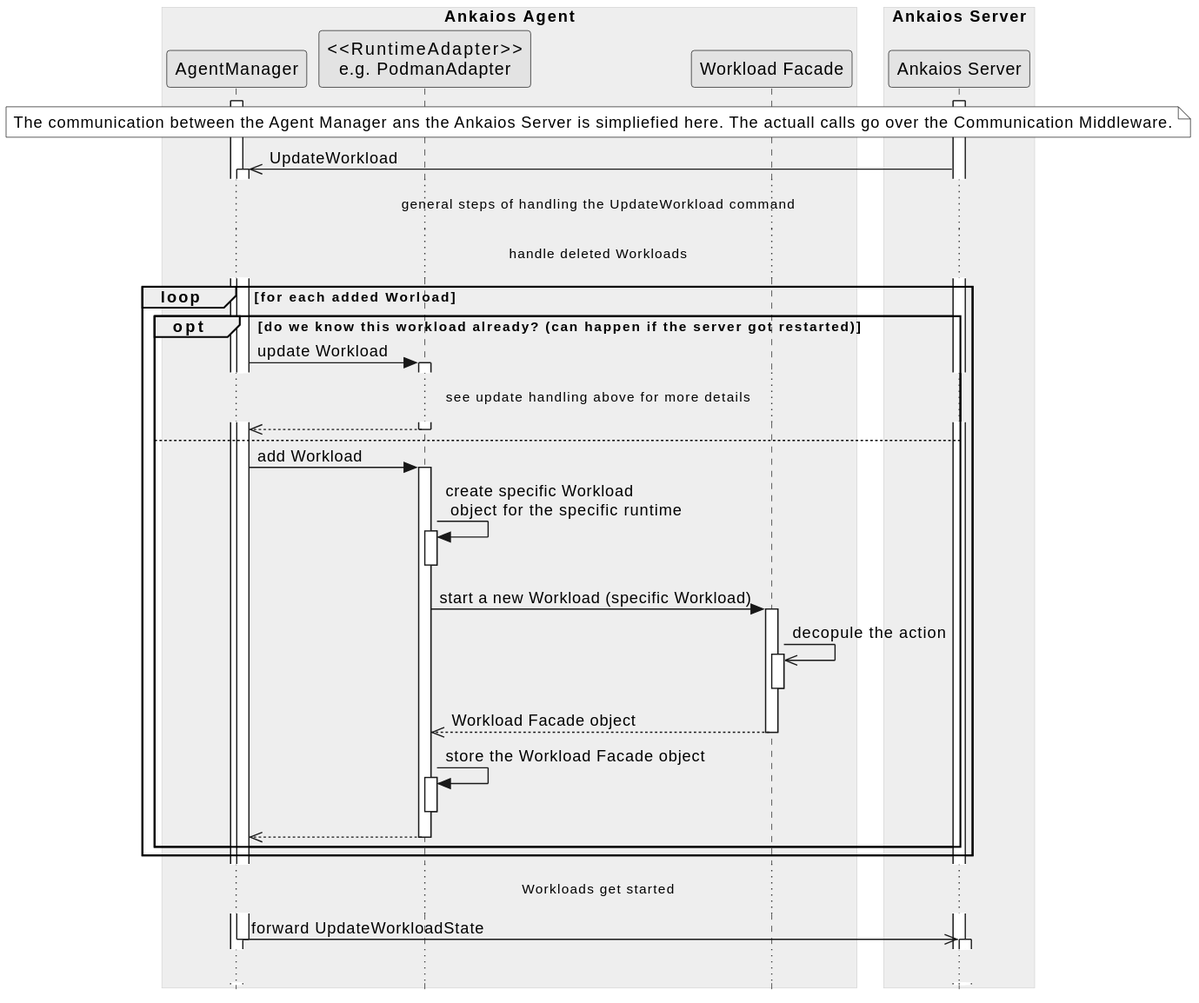
The PlantUML diagram agent/doc/swdesign/plantuml/seq_update_workload_subsequent_added.svg in eclipse-ankaios/ankaios, before a commit. Its diagram source:
```plantuml
@startuml seq_update_workload_subsequent_added
!include ../../../../resources/doc/plantuml/clean.skin

box "Ankaios Agent"
    participant "AgentManager" as manager

    participant "<<RuntimeAdapter>>\ne.g. PodmanAdapter" as runtime_adapter
    participant "Workload Facade" as wl_facade

end box

box "Ankaios Server"
    participant "Ankaios Server" as server
end box

activate manager
activate server

note over manager, server
The communication between the Agent Manager ans the Ankaios Server is simpliefied here. The actuall calls go over the Communication Middleware.
end note

manager <<- server ++: UpdateWorkload

... general steps of handling the UpdateWorkload command ...


... handle deleted Workloads ...

loop for each added Worload
    opt do we know this workload already? (can happen if the server got restarted)
    manager -> runtime_adapter ++: update Workload
... see update handling above for more details ...
    runtime_adapter -->> manager --
    else
        manager -> runtime_adapter ++: add Workload
        runtime_adapter -> runtime_adapter ++--: create specific Workload \n object for the specific runtime
        runtime_adapter -> wl_facade ++: start a new Workload (specific Workload)
        wl_facade ->> wl_facade ++--: decopule the action
        wl_facade -->> runtime_adapter --: Workload Facade object
        runtime_adapter -> runtime_adapter ++--: store the Workload Facade object
        runtime_adapter -->> manager --
    end
end


... Workloads get started ...

manager ->> server --++: forward UpdateWorkloadState

...

@enduml
```
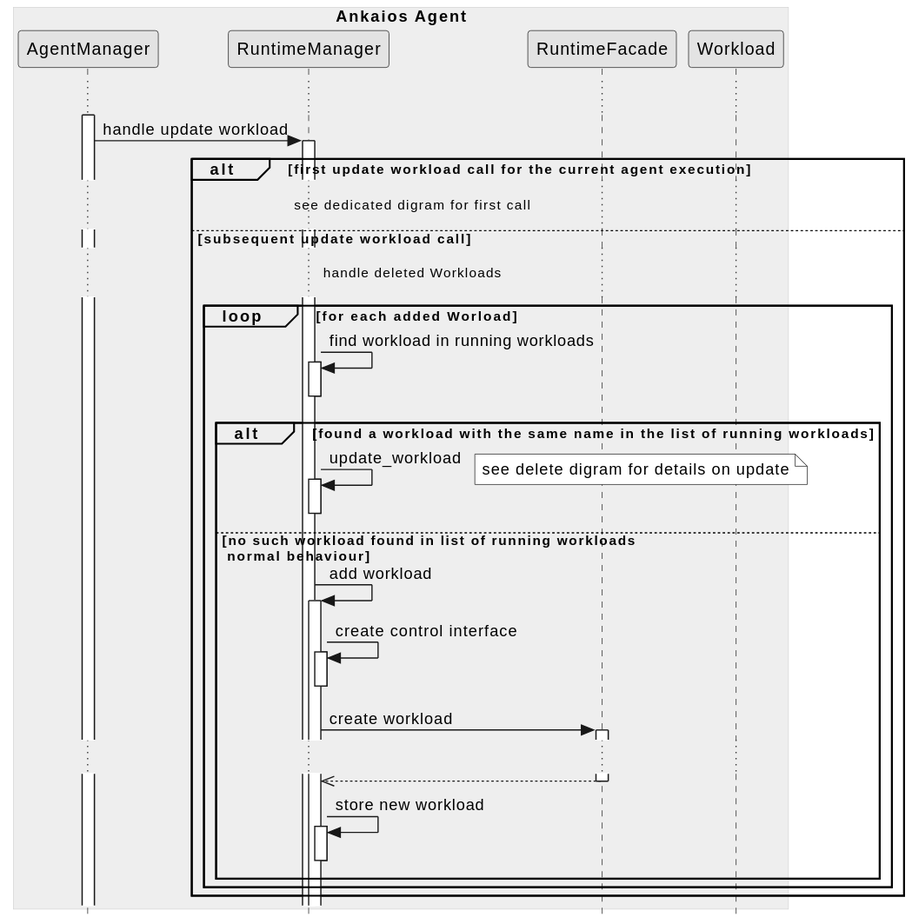
After the change.

Commit message:
Updating sequence diagrams for the agent

What changed in the source:
```diff
@@ -4,50 +4,40 @@
 box "Ankaios Agent"
     participant "AgentManager" as manager
 
-    participant "<<RuntimeAdapter>>\ne.g. PodmanAdapter" as runtime_adapter
-    participant "Workload Facade" as wl_facade
+    participant "RuntimeManager" as runtime_manager
+    participant "RuntimeFacade" as rt_facade
+
+    participant "Workload" as workload
 
 end box
 
-box "Ankaios Server"
-    participant "Ankaios Server" as server
-end box
+activate manager
 
-activate manager
-activate server
+...
 
-note over manager, server
-The communication between the Agent Manager ans the Ankaios Server is simpliefied here. The actuall calls go over the Communication Middleware.
-end note
+manager -> runtime_manager ++: handle update workload
 
-manager <<- server ++: UpdateWorkload
+alt first update workload call for the current agent execution
+    ... see dedicated digram for first call ...
+else subsequent update workload call
+    ... handle deleted Workloads ...
 
-... general steps of handling the UpdateWorkload command ...
-
-
-... handle deleted Workloads ...
-
-loop for each added Worload
-    opt do we know this workload already? (can happen if the server got restarted)
-    manager -> runtime_adapter ++: update Workload
-... see update handling above for more details ...
-    runtime_adapter -->> manager --
-    else
-        manager -> runtime_adapter ++: add Workload
-        runtime_adapter -> runtime_adapter ++--: create specific Workload \n object for the specific runtime
-        runtime_adapter -> wl_facade ++: start a new Workload (specific Workload)
-        wl_facade ->> wl_facade ++--: decopule the action
-        wl_facade -->> runtime_adapter --: Workload Facade object
-        runtime_adapter -> runtime_adapter ++--: store the Workload Facade object
-        runtime_adapter -->> manager --
+    loop for each added Worload
+        runtime_manager -> runtime_manager ++--: find workload in running workloads
+        alt found a workload with the same name in the list of running workloads
+            runtime_manager -> runtime_manager ++--: update_workload
+            note right
+                see delete digram for details on update
+            endnote
+        else no such workload found in list of running workloads \n normal behaviour
+            runtime_manager -> runtime_manager++: add workload
+            runtime_manager -> runtime_manager++--: create control interface
+            runtime_manager -> rt_facade++: create workload
+            ...
+            rt_facade -->> runtime_manager--
+            runtime_manager -> runtime_manager++--: store new workload
+        end
     end
 end
 
-
-... Workloads get started ...
-
-manager ->> server --++: forward UpdateWorkloadState
-
-...
-
 @enduml
```
